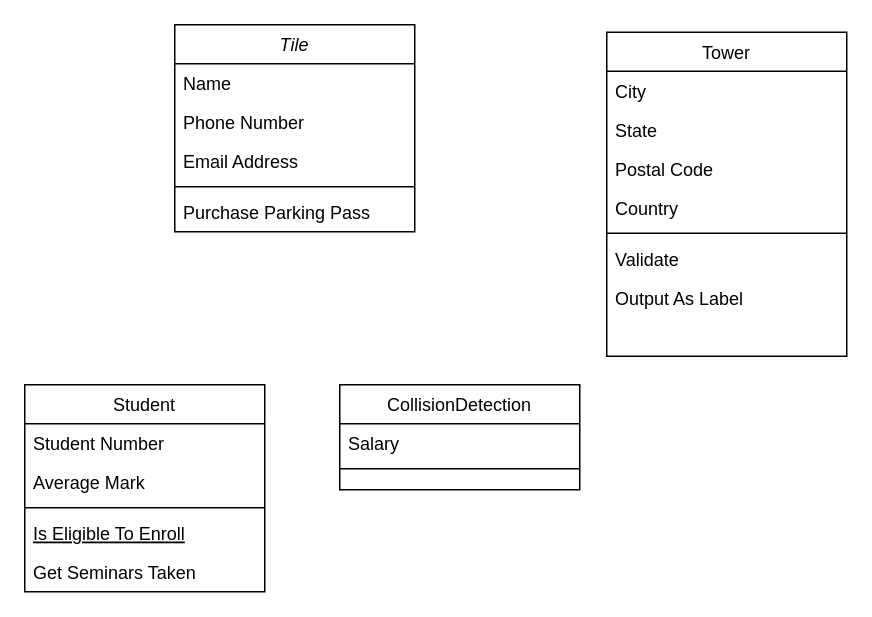
Above: Untitled Diagram.drawio in TureLindblad/Grupp5Game (draw.io), before the change. Source tidied: cells renumbered, new cells numbered last; positions are measured from the earlier drawing's top-left corner, leaving out a move shared by most shapes. Both pictures are drawn from the tidied source at 150%, with x=0, y=0 at pixel (24, 24).
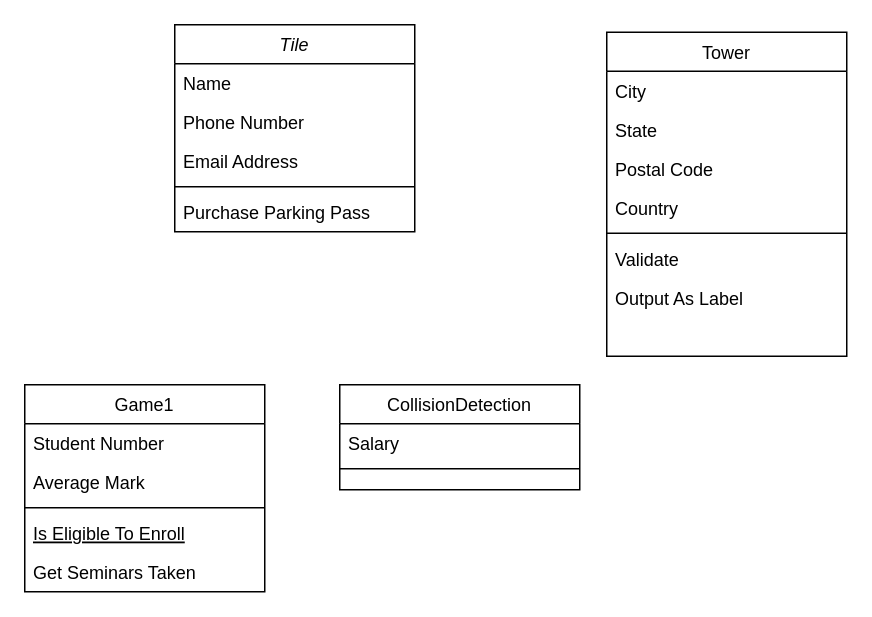
Above is the later version.

Change to the diagram source:
```diff
@@
-    <mxCell id="8" value="Student" style="swimlane;fontStyle=0;align=center;verticalAlign=top;horizontal=1;startSize=26;rounded=0;shadow=0;strokeWidth=1;" parent="1" vertex="1">
+    <mxCell id="8" value="Game1&#10;" style="swimlane;fontStyle=0;align=center;verticalAlign=top;horizontal=1;startSize=26;rounded=0;shadow=0;strokeWidth=1;" parent="1" vertex="1">
       <mxGeometry y="240" width="160" height="138" as="geometry" />
     </mxCell>
```
